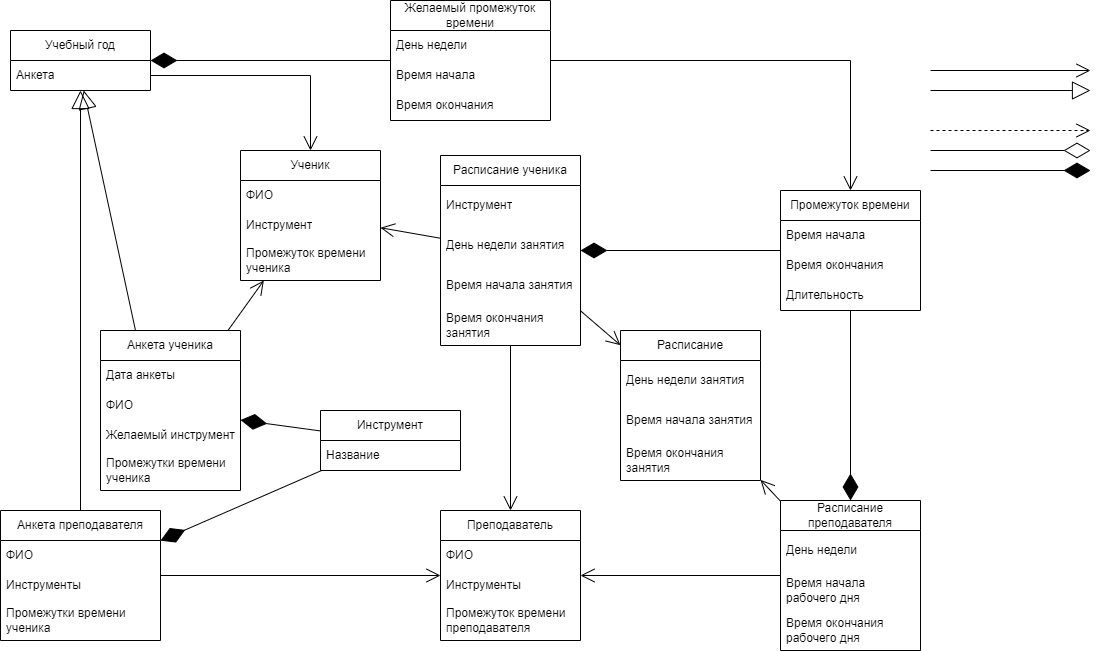
watashinonericell/myrepos keeps this draw.io diagram as Модель_предметной_области.png. Above is the earlier version. Source tidied: cells renumbered, new cells last; positions are measured from the earlier drawing's top-left corner, leaving out a move shared by most shapes.
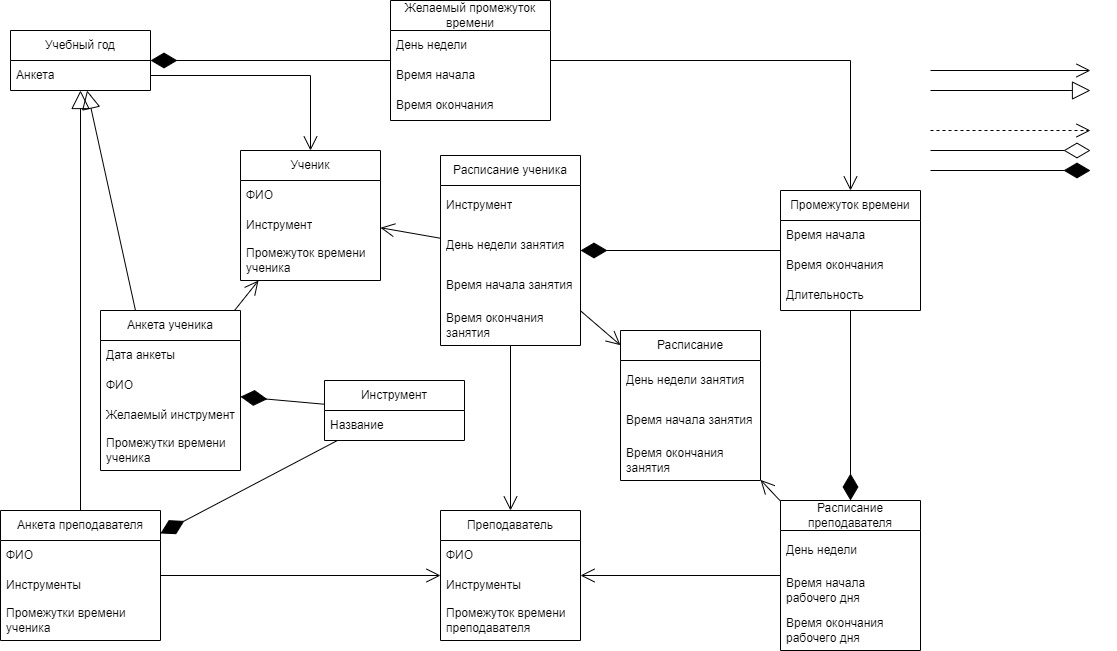
After the commit.

Change to the diagram source:
```diff
@@ -15,7 +15,7 @@
       <mxGeometry y="90" width="140" height="40" as="geometry" />
     </mxCell>
     <mxCell id="6" value="Анкета ученика" style="swimlane;fontStyle=0;horizontal=1;startSize=30;whiteSpace=wrap;html=1;" parent="1" vertex="1">
-      <mxGeometry x="100" y="330" width="140" height="160" as="geometry" />
+      <mxGeometry x="100" y="310" width="140" height="160" as="geometry" />
     </mxCell>
     <mxCell id="7" value="Дата анкеты" style="text;strokeColor=none;fillColor=none;align=left;verticalAlign=middle;spacingLeft=4;spacingRight=4;overflow=hidden;whiteSpace=wrap;html=1;" parent="6" vertex="1">
       <mxGeometry y="30" width="140" height="30" as="geometry" />
@@ -97,7 +97,7 @@
       <mxGeometry y="90" width="160" height="40" as="geometry" />
     </mxCell>
     <mxCell id="32" value="Инструмент" style="swimlane;fontStyle=0;horizontal=1;startSize=30;whiteSpace=wrap;html=1;" parent="1" vertex="1">
-      <mxGeometry x="320" y="410" width="140" height="60" as="geometry" />
+      <mxGeometry x="324" y="380" width="140" height="60" as="geometry" />
     </mxCell>
     <mxCell id="33" value="Название" style="text;strokeColor=none;fillColor=none;align=left;verticalAlign=middle;spacingLeft=4;spacingRight=4;overflow=hidden;whiteSpace=wrap;html=1;" parent="32" vertex="1">
       <mxGeometry y="30" width="140" height="30" as="geometry" />
@@ -114,7 +114,7 @@
     <mxCell id="36" style="endArrow=block;endSize=16;endFill=0;html=1;rounded=0;" parent="1" edge="1" source="28" target="26">
       <mxGeometry relative="1" as="geometry" />
     </mxCell>
-    <mxCell id="37" style="endArrow=block;endSize=16;endFill=0;html=1;rounded=0;exitX=0.25;exitY=0;exitDx=0;exitDy=0;" parent="1" edge="1" source="6" target="27">
+    <mxCell id="37" style="endArrow=block;endSize=16;endFill=0;html=1;rounded=0;exitX=0.25;exitY=0;exitDx=0;exitDy=0;" parent="1" edge="1" source="6" target="26">
       <mxGeometry relative="1" as="geometry" />
     </mxCell>
     <mxCell id="38" style="endArrow=diamondThin;endFill=1;endSize=24;html=1;rounded=0;" parent="1" edge="1" source="32" target="28">
```
